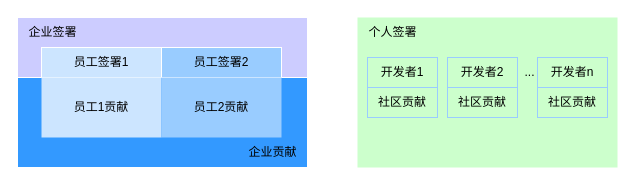
Earlier version of the draw.io diagram 签署形式.drawio (weijiang1994/draw-io). Source tidied: cells renumbered, new cells numbered last; positions are measured from the earlier drawing's top-left corner, leaving out a move shared by most shapes. Both pictures are drawn from the tidied source at 100%, with x=0, y=0 at pixel (17, 17).
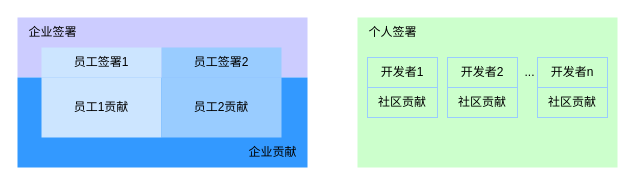
The same diagram, later.

Commit message:
更新签署形式.drawio

Diff of the diagram source:
```diff
@@
 <mxGraphModel>
   <root>
     <mxCell id="0" />
     <mxCell id="1" parent="0" />
-    <mxCell id="2" style="rounded=0;whiteSpace=wrap;html=1;fillColor=#CCCCFF;strokeColor=#FFFFFF;" parent="1" vertex="1">
+    <mxCell id="2" style="rounded=0;whiteSpace=wrap;html=1;fillColor=#CCCCFF;strokeColor=none;" parent="1" vertex="1">
       <mxGeometry width="290" height="60" as="geometry" />
     </mxCell>
-    <mxCell id="3" style="rounded=0;whiteSpace=wrap;html=1;fillColor=#3399FF;strokeColor=#FFFFFF;" parent="1" vertex="1">
+    <mxCell id="3" style="rounded=0;whiteSpace=wrap;html=1;fillColor=#3399FF;strokeColor=none;" parent="1" vertex="1">
       <mxGeometry y="60" width="290" height="90" as="geometry" />
     </mxCell>
     <mxCell id="4" style="rounded=0;whiteSpace=wrap;html=1;strokeColor=none;fillColor=#CCFFCC;" parent="1" vertex="1">
       <mxGeometry x="340" width="260" height="150" as="geometry" />
     </mxCell>
     <mxCell id="5" style="group;" parent="1" vertex="1">
       <mxGeometry x="24" y="30" width="240" height="90" as="geometry" />
     </mxCell>
-    <mxCell id="6" value="员工签署1" style="rounded=0;whiteSpace=wrap;html=1;fillColor=#CCE5FF;strokeColor=#FFFFFF;" parent="5" vertex="1">
+    <mxCell id="6" value="员工签署1" style="rounded=0;whiteSpace=wrap;html=1;fillColor=#CCE5FF;strokeColor=none;" parent="5" vertex="1">
       <mxGeometry width="120" height="30" as="geometry" />
     </mxCell>
-    <mxCell id="7" value="员工签署2" style="rounded=0;whiteSpace=wrap;html=1;fillColor=#99CCFF;strokeColor=#FFFFFF;" parent="5" vertex="1">
+    <mxCell id="7" value="员工签署2" style="rounded=0;whiteSpace=wrap;html=1;fillColor=#99CCFF;strokeColor=none;" parent="5" vertex="1">
       <mxGeometry x="120" width="120" height="30" as="geometry" />
     </mxCell>
     <mxCell id="8" value="员工1贡献" style="rounded=0;whiteSpace=wrap;html=1;fillColor=#CCE5FF;strokeColor=none;" parent="5" vertex="1">
       <mxGeometry y="30" width="120" height="60" as="geometry" />
     </mxCell>
     <mxCell id="9" value="员工2贡献" style="rounded=0;whiteSpace=wrap;html=1;fillColor=#99CCFF;strokeColor=none;" parent="5" vertex="1">
       <mxGeometry x="120" y="30" width="120" height="60" as="geometry" />
     </mxCell>
     <mxCell id="10" value="企业签署" style="text;html=1;align=center;verticalAlign=middle;strokeColor=none;fillColor=none;" parent="1" vertex="1">
       <mxGeometry width="70" height="30" as="geometry" />
     </mxCell>
     <mxCell id="11" value="企业贡献" style="text;html=1;align=center;verticalAlign=middle;strokeColor=none;fillColor=none;" parent="1" vertex="1">
       <mxGeometry x="220" y="120" width="70" height="30" as="geometry" />
     </mxCell>
     <mxCell id="12" value="个人签署" style="text;html=1;align=center;verticalAlign=middle;strokeColor=none;fillColor=none;" parent="1" vertex="1">
       <mxGeometry x="340" width="70" height="30" as="geometry" />
     </mxCell>
     <mxCell id="13" value="开发者1" style="rounded=0;whiteSpace=wrap;html=1;strokeColor=#99CCFF;fillColor=none;" parent="1" vertex="1">
       <mxGeometry x="350" y="40" width="70" height="30" as="geometry" />
     </mxCell>
     <mxCell id="14" value="开发者2" style="rounded=0;whiteSpace=wrap;html=1;strokeColor=#99CCFF;fillColor=none;" parent="1" vertex="1">
       <mxGeometry x="430" y="40" width="70" height="30" as="geometry" />
     </mxCell>
     <mxCell id="15" value="开发者n" style="rounded=0;whiteSpace=wrap;html=1;strokeColor=#99CCFF;fillColor=none;" parent="1" vertex="1">
       <mxGeometry x="520" y="40" width="70" height="30" as="geometry" />
     </mxCell>
     <mxCell id="16" value="..." style="text;html=1;align=center;verticalAlign=middle;strokeColor=none;fillColor=none;" parent="1" vertex="1">
       <mxGeometry x="497" y="40" width="30" height="30" as="geometry" />
     </mxCell>
     <mxCell id="17" value="社区贡献" style="rounded=0;whiteSpace=wrap;html=1;strokeColor=#99CCFF;fillColor=none;" parent="1" vertex="1">
       <mxGeometry x="350" y="70" width="70" height="30" as="geometry" />
     </mxCell>
     <mxCell id="18" value="社区贡献" style="rounded=0;whiteSpace=wrap;html=1;strokeColor=#99CCFF;fillColor=none;" parent="1" vertex="1">
       <mxGeometry x="430" y="70" width="70" height="30" as="geometry" />
     </mxCell>
     <mxCell id="19" value="社区贡献" style="rounded=0;whiteSpace=wrap;html=1;strokeColor=#99CCFF;fillColor=none;" parent="1" vertex="1">
       <mxGeometry x="520" y="70" width="70" height="30" as="geometry" />
     </mxCell>
   </root>
 </mxGraphModel>
```
